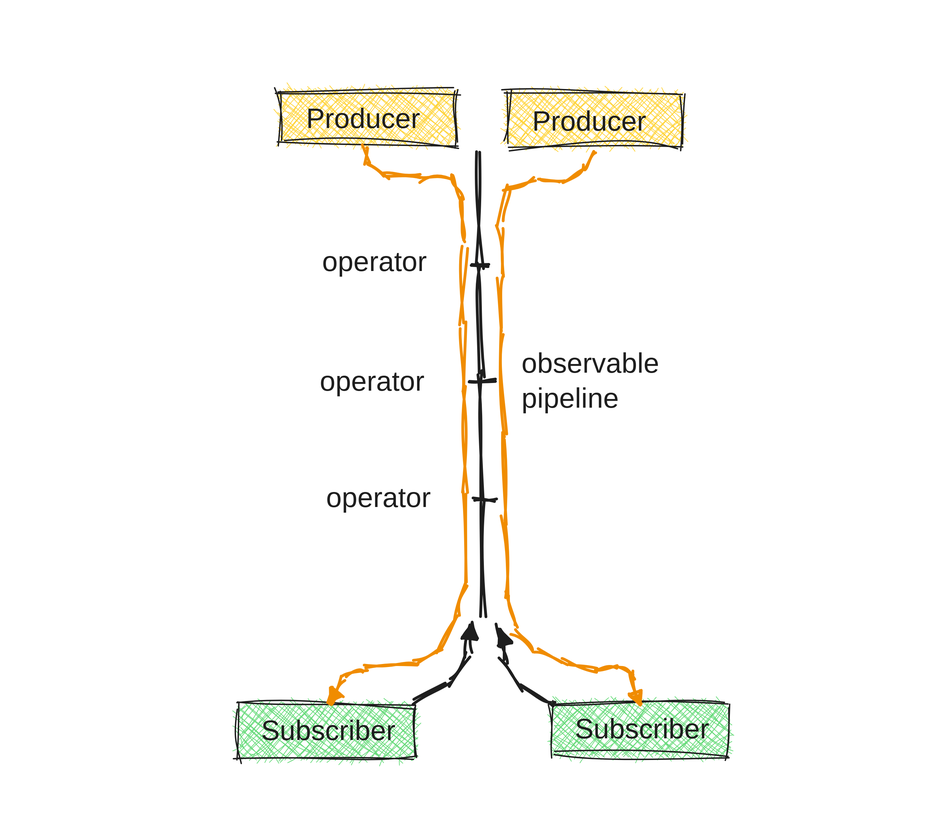
Above: images/blog/blog-rxjs-unicasting.svg in ducin/ducin.dev (Excalidraw), before the change. Source tidied: one line per element, renumbered; positions are measured from the earlier drawing's top-left corner, leaving out a move shared by most shapes.
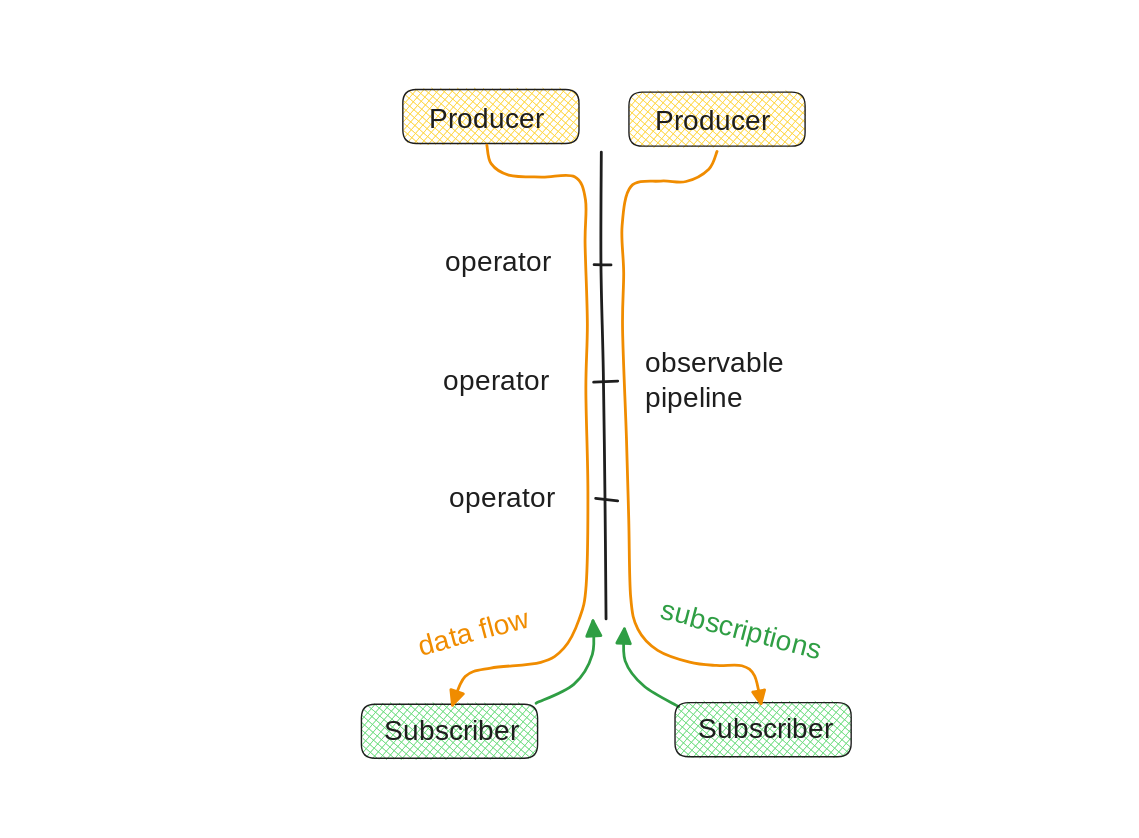
Later version of the same file.

Change to the diagram source:
```diff
@@ -1,21 +1,23 @@
-{"id": 0, "type": "rectangle", "strokeColor": "transparent", "strokeWidth": 2, "roughness": 2, "x": 0, "y": 0, "width": 656, "height": 579}
-{"id": 1, "type": "line", "strokeColor": "#1e1e1e", "backgroundColor": "#4dabf7", "fillStyle": "cross-hatch", "strokeWidth": 2, "roughness": 2, "x": 332, "y": 99, "width": 4, "height": 334, "points": [[0, 0], [0, 81], [1, 157], [3, 248], [3, 334]]}
-{"id": 2, "type": "line", "strokeColor": "#1e1e1e", "backgroundColor": "#4dabf7", "fillStyle": "cross-hatch", "strokeWidth": 2, "roughness": 2, "x": 326, "y": 179, "width": 12, "height": 0, "points": [[0, 0], [12, 0]]}
-{"id": 3, "type": "line", "strokeColor": "#1e1e1e", "backgroundColor": "#4dabf7", "fillStyle": "cross-hatch", "strokeWidth": 2, "roughness": 2, "x": 326, "y": 263, "width": 17, "height": 1, "points": [[0, 0], [17, -1]]}
-{"id": 4, "type": "line", "strokeColor": "#1e1e1e", "backgroundColor": "#4dabf7", "fillStyle": "cross-hatch", "strokeWidth": 2, "roughness": 2, "x": 327, "y": 346, "width": 16, "height": 2, "points": [[0, 0], [16, 2]]}
-{"id": 5, "type": "arrow", "strokeColor": "#1e1e1e", "backgroundColor": "#4dabf7", "fillStyle": "cross-hatch", "strokeWidth": 2, "roughness": 2, "endArrowhead": "triangle", "from": 15, "x": 285, "y": 492, "width": 41, "height": 59, "points": [[0, 0], [27, -13], [40, -35], [41, -59]]}
+{"id": 21, "type": "rectangle", "strokeColor": "transparent", "strokeWidth": 2, "roughness": 0, "round": true, "x": -88, "y": 0, "width": 794, "height": 579}
+{"id": 22, "type": "line", "strokeColor": "#1e1e1e", "backgroundColor": "#4dabf7", "fillStyle": "cross-hatch", "strokeWidth": 2, "roughness": 0, "round": true, "x": 331, "y": 99, "width": 4, "height": 334, "points": [[0, 0], [0, 81], [1, 157], [3, 248], [3, 334]]}
+{"id": 23, "type": "line", "strokeColor": "#1e1e1e", "backgroundColor": "#4dabf7", "fillStyle": "cross-hatch", "strokeWidth": 2, "roughness": 0, "round": true, "x": 326, "y": 179, "width": 12, "height": 0, "points": [[0, 0], [12, 0]]}
+{"id": 24, "type": "line", "strokeColor": "#1e1e1e", "backgroundColor": "#4dabf7", "fillStyle": "cross-hatch", "strokeWidth": 2, "roughness": 0, "round": true, "x": 326, "y": 263, "width": 17, "height": 1, "points": [[0, 0], [17, -1]]}
+{"id": 25, "type": "line", "strokeColor": "#1e1e1e", "backgroundColor": "#4dabf7", "fillStyle": "cross-hatch", "strokeWidth": 2, "roughness": 0, "round": true, "x": 327, "y": 346, "width": 16, "height": 2, "points": [[0, 0], [16, 2]]}
+{"id": 26, "type": "arrow", "strokeColor": "#2f9e44", "backgroundColor": "#4dabf7", "fillStyle": "cross-hatch", "strokeWidth": 2, "roughness": 0, "endArrowhead": "triangle", "round": true, "from": 35, "x": 285, "y": 492, "width": 41, "height": 59, "points": [[0, 0], [27, -13], [40, -35], [41, -59]]}
-{"id": 6, "type": "text", "text": "observable\npipeline", "strokeColor": "#1e1e1e", "backgroundColor": "#4dabf7", "fillStyle": "cross-hatch", "strokeWidth": 2, "roughness": 2, "fontSize": 20, "fontFamily": 1, "x": 362, "y": 238, "width": 102, "height": 50}
+{"id": 6, "type": "text", "text": "observable\npipeline", "strokeColor": "#1e1e1e", "backgroundColor": "#4dabf7", "fillStyle": "cross-hatch", "strokeWidth": 2, "roughness": 0, "fontSize": 20, "fontFamily": 1, "round": true, "x": 362, "y": 238, "width": 102, "height": 50}
-{"id": 7, "type": "rectangle", "strokeColor": "#1e1e1e", "backgroundColor": "#ffd43b", "fillStyle": "cross-hatch", "strokeWidth": 1, "roughness": 2, "x": 190, "y": 54, "width": 126, "height": 39}
-{"id": 8, "type": "text", "text": "Producer", "strokeColor": "#1e1e1e", "backgroundColor": "#a5d8ff", "fillStyle": "cross-hatch", "strokeWidth": 1, "roughness": 2, "fontSize": 20, "fontFamily": 1, "x": 209, "y": 63, "width": 85, "height": 25}
-{"id": 9, "type": "rectangle", "strokeColor": "#1e1e1e", "backgroundColor": "#ffd43b", "fillStyle": "cross-hatch", "strokeWidth": 1, "roughness": 2, "x": 351, "y": 56, "width": 126, "height": 39}
-{"id": 10, "type": "text", "text": "Producer", "strokeColor": "#1e1e1e", "backgroundColor": "#a5d8ff", "fillStyle": "cross-hatch", "strokeWidth": 1, "roughness": 2, "fontSize": 20, "fontFamily": 1, "x": 370, "y": 65, "width": 85, "height": 25}
-{"id": 11, "type": "arrow", "strokeColor": "#1e1e1e", "backgroundColor": "#4dabf7", "fillStyle": "cross-hatch", "strokeWidth": 2, "roughness": 2, "endArrowhead": "triangle", "from": 13, "x": 387, "y": 495, "width": 39, "height": 56, "points": [[0, 0], [-25, -15], [-38, -33], [-39, -56]]}
-{"id": 12, "type": "rectangle", "strokeColor": "#1e1e1e", "backgroundColor": "#69db7c", "fillStyle": "cross-hatch", "strokeWidth": 1, "roughness": 2, "x": 384, "y": 492, "width": 126, "height": 39}
-{"id": 13, "type": "text", "text": "Subscriber", "strokeColor": "#1e1e1e", "backgroundColor": "#4dabf7", "fillStyle": "cross-hatch", "strokeWidth": 2, "roughness": 2, "fontSize": 20, "fontFamily": 1, "x": 400, "y": 499, "width": 97, "height": 25}
-{"id": 14, "type": "rectangle", "strokeColor": "#1e1e1e", "backgroundColor": "#69db7c", "fillStyle": "cross-hatch", "strokeWidth": 1, "roughness": 2, "x": 160, "y": 493, "width": 126, "height": 39}
-{"id": 15, "type": "text", "text": "Subscriber", "strokeColor": "#1e1e1e", "backgroundColor": "#4dabf7", "fillStyle": "cross-hatch", "strokeWidth": 2, "roughness": 2, "fontSize": 20, "fontFamily": 1, "x": 176, "y": 500, "width": 97, "height": 25}
-{"id": 16, "type": "arrow", "strokeColor": "#f08c00", "backgroundColor": "#69db7c", "fillStyle": "cross-hatch", "strokeWidth": 2, "roughness": 2, "endArrowhead": "triangle", "from": 8, "to": 15, "x": 250, "y": 94, "width": 97, "height": 400, "points": [[0, 0], [3, 13], [16, 21], [39, 23], [63, 23], [70, 39], [70, 70], [72, 127], [71, 175], [72, 248], [71, 314], [66, 339], [55, 359], [39, 369], [3, 374], [-16, 380], [-25, 400]]}
-{"id": 17, "type": "arrow", "strokeColor": "#f08c00", "backgroundColor": "#69db7c", "fillStyle": "cross-hatch", "strokeWidth": 2, "roughness": 2, "endArrowhead": "triangle", "from": 10, "to": 13, "x": 414, "y": 98, "width": 99, "height": 395, "points": [[0, 0], [-6, 13], [-22, 21], [-40, 21], [-62, 25], [-68, 53], [-67, 87], [-67, 127], [-65, 204], [-63, 263], [-62, 318], [-57, 341], [-42, 356], [-20, 365], [0, 371], [18, 367], [27, 375], [31, 395]]}
-{"id": 18, "type": "text", "text": "operator", "strokeColor": "#1e1e1e", "backgroundColor": "#fff", "fillStyle": "solid", "strokeWidth": 2, "roughness": 2, "fontSize": 20, "fontFamily": 1, "x": 220, "y": 166, "width": 85, "height": 25}
-{"id": 19, "type": "text", "text": "operator", "strokeColor": "#1e1e1e", "backgroundColor": "#fff", "fillStyle": "solid", "strokeWidth": 2, "roughness": 2, "fontSize": 20, "fontFamily": 1, "x": 218, "y": 251, "width": 85, "height": 25}
-{"id": 20, "type": "text", "text": "operator", "strokeColor": "#1e1e1e", "backgroundColor": "#fff", "fillStyle": "solid", "strokeWidth": 2, "roughness": 2, "fontSize": 20, "fontFamily": 1, "x": 223, "y": 334, "width": 85, "height": 25}
+{"id": 27, "type": "rectangle", "strokeColor": "#1e1e1e", "backgroundColor": "#ffd43b", "fillStyle": "cross-hatch", "strokeWidth": 1, "roughness": 0, "round": true, "x": 190, "y": 54, "width": 126, "height": 39}
+{"id": 28, "type": "text", "text": "Producer", "strokeColor": "#1e1e1e", "backgroundColor": "#a5d8ff", "fillStyle": "cross-hatch", "strokeWidth": 1, "roughness": 0, "fontSize": 20, "fontFamily": 1, "round": true, "x": 209, "y": 63, "width": 85, "height": 25}
+{"id": 29, "type": "rectangle", "strokeColor": "#1e1e1e", "backgroundColor": "#ffd43b", "fillStyle": "cross-hatch", "strokeWidth": 1, "roughness": 0, "round": true, "x": 351, "y": 56, "width": 126, "height": 39}
+{"id": 30, "type": "text", "text": "Producer", "strokeColor": "#1e1e1e", "backgroundColor": "#a5d8ff", "fillStyle": "cross-hatch", "strokeWidth": 1, "roughness": 0, "fontSize": 20, "fontFamily": 1, "round": true, "x": 370, "y": 65, "width": 85, "height": 25}
+{"id": 31, "type": "arrow", "strokeColor": "#2f9e44", "backgroundColor": "#4dabf7", "fillStyle": "cross-hatch", "strokeWidth": 2, "roughness": 0, "endArrowhead": "triangle", "round": true, "from": 33, "x": 387, "y": 495, "width": 39, "height": 56, "points": [[0, 0], [-25, -15], [-38, -33], [-39, -56]]}
+{"id": 32, "type": "rectangle", "strokeColor": "#1e1e1e", "backgroundColor": "#69db7c", "fillStyle": "cross-hatch", "strokeWidth": 1, "roughness": 0, "round": true, "x": 384, "y": 492, "width": 126, "height": 39}
+{"id": 33, "type": "text", "text": "Subscriber", "strokeColor": "#1e1e1e", "backgroundColor": "#4dabf7", "fillStyle": "cross-hatch", "strokeWidth": 2, "roughness": 0, "fontSize": 20, "fontFamily": 1, "round": true, "x": 400, "y": 499, "width": 97, "height": 25}
+{"id": 34, "type": "rectangle", "strokeColor": "#1e1e1e", "backgroundColor": "#69db7c", "fillStyle": "cross-hatch", "strokeWidth": 1, "roughness": 0, "round": true, "x": 160, "y": 493, "width": 126, "height": 39}
+{"id": 35, "type": "text", "text": "Subscriber", "strokeColor": "#1e1e1e", "backgroundColor": "#4dabf7", "fillStyle": "cross-hatch", "strokeWidth": 2, "roughness": 0, "fontSize": 20, "fontFamily": 1, "round": true, "x": 176, "y": 500, "width": 97, "height": 25}
+{"id": 36, "type": "arrow", "strokeColor": "#f08c00", "backgroundColor": "#69db7c", "fillStyle": "cross-hatch", "strokeWidth": 2, "roughness": 0, "endArrowhead": "triangle", "round": true, "from": 28, "to": 35, "x": 250, "y": 94, "width": 97, "height": 400, "points": [[0, 0], [3, 13], [16, 21], [39, 23], [63, 23], [70, 39], [70, 70], [72, 127], [71, 175], [72, 248], [71, 314], [66, 339], [55, 359], [39, 369], [3, 374], [-16, 380], [-25, 400]]}
+{"id": 37, "type": "arrow", "strokeColor": "#f08c00", "backgroundColor": "#69db7c", "fillStyle": "cross-hatch", "strokeWidth": 2, "roughness": 0, "endArrowhead": "triangle", "round": true, "from": 30, "to": 33, "x": 414, "y": 98, "width": 99, "height": 395, "points": [[0, 0], [-6, 13], [-22, 21], [-40, 21], [-62, 25], [-68, 53], [-67, 87], [-67, 127], [-65, 204], [-63, 263], [-62, 318], [-57, 341], [-42, 356], [-20, 365], [0, 367], [18, 367], [27, 375], [31, 395]]}
+{"id": 38, "type": "text", "text": "operator", "strokeColor": "#1e1e1e", "backgroundColor": "#fff", "fillStyle": "solid", "strokeWidth": 2, "roughness": 0, "fontSize": 20, "fontFamily": 1, "round": true, "x": 220, "y": 166, "width": 85, "height": 25}
+{"id": 39, "type": "text", "text": "operator", "strokeColor": "#1e1e1e", "backgroundColor": "#fff", "fillStyle": "solid", "strokeWidth": 2, "roughness": 0, "fontSize": 20, "fontFamily": 1, "round": true, "x": 218, "y": 251, "width": 85, "height": 25}
+{"id": 40, "type": "text", "text": "operator", "strokeColor": "#1e1e1e", "backgroundColor": "#fff", "fillStyle": "solid", "strokeWidth": 2, "roughness": 0, "fontSize": 20, "fontFamily": 1, "round": true, "x": 223, "y": 334, "width": 85, "height": 25}
+{"id": 41, "type": "text", "text": "subscriptions", "strokeColor": "#2f9e44", "angle": 0.26, "backgroundColor": "#000", "fillStyle": "solid", "strokeWidth": 2, "roughness": 0, "fontSize": 20, "fontFamily": 1, "x": 372, "y": 429, "width": 123, "height": 25}
+{"id": 42, "type": "text", "text": "data flow", "strokeColor": "#f08c00", "angle": 6.02, "backgroundColor": "#000", "fillStyle": "solid", "strokeWidth": 2, "roughness": 0, "fontSize": 20, "fontFamily": 1, "x": 199, "y": 428, "width": 98, "height": 25}
```
